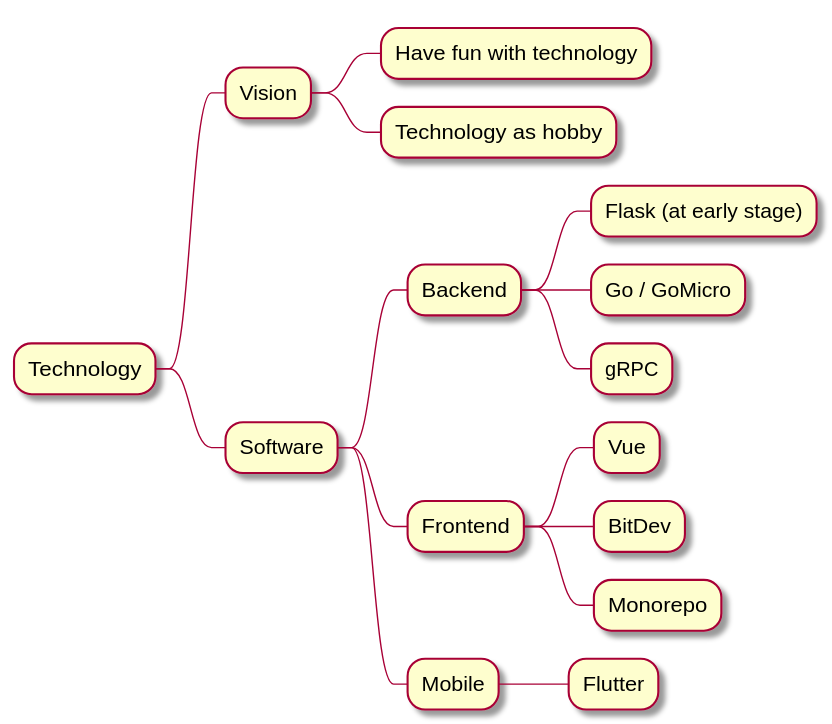
The PlantUML diagram uml/ks-mind-technology.svg in kodesmil/kodesmil-plant, before a commit. The source it was exported from:
```plantuml
@startmindmap Technology

* Technology
** Vision
*** Have fun with technology
*** Technology as hobby
** Software
*** Backend
**** Flask (at early stage)
**** Go / GoMicro
**** gRPC
*** Frontend
**** Vue
**** BitDev
**** Monorepo
*** Mobile
**** Flutter

@endmindmap
```
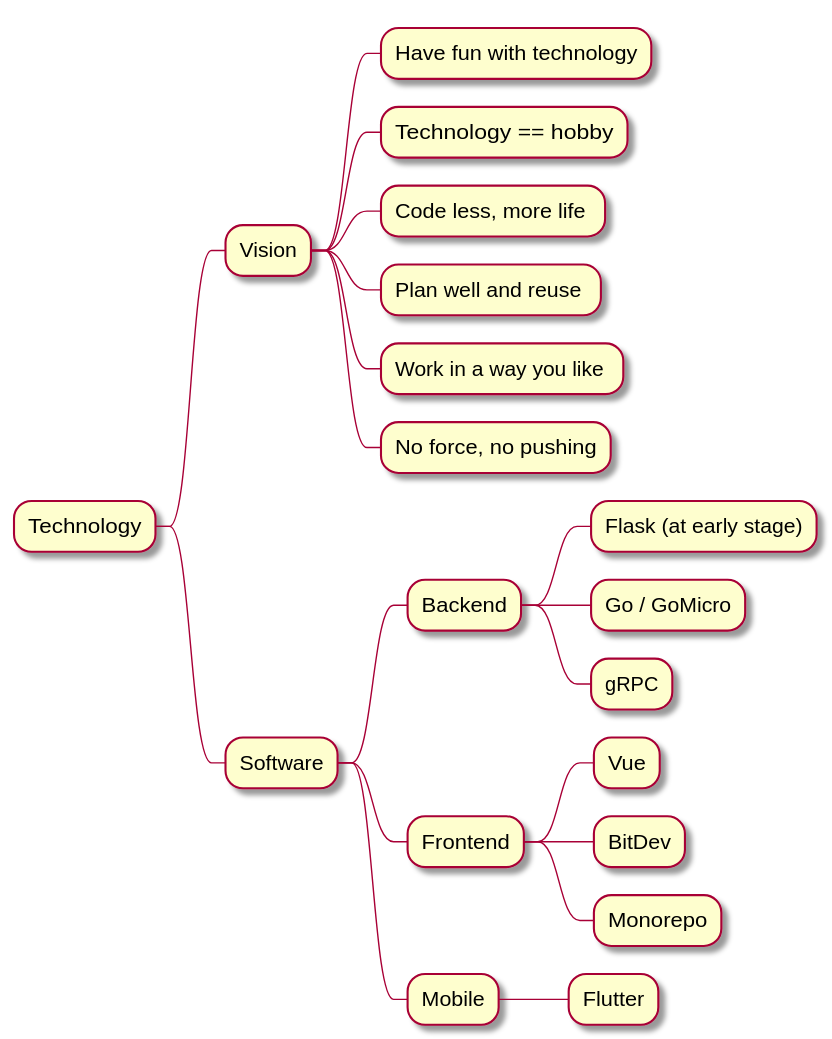
After the change.

Commit message:
Generate uml/ks-mind-technology.svg

What changed in the source:
```diff
@@ -3,7 +3,11 @@
 * Technology
 ** Vision
 *** Have fun with technology
-*** Technology as hobby
+*** Technology == hobby
+*** Code less, more life
+*** Plan well and reuse
+*** Work in a way you like
+*** No force, no pushing
 ** Software
 *** Backend
 **** Flask (at early stage)
```
